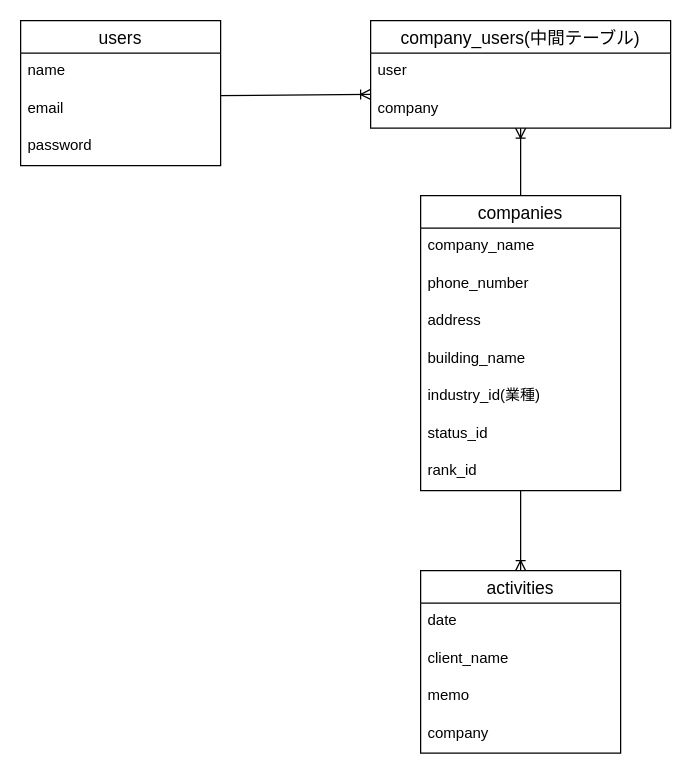
Before: database.dio in nagawa-hub/sarabred, a draw.io diagram. Source tidied: cells renumbered, new cells numbered last; positions are measured from the earlier drawing's top-left corner, leaving out a move shared by most shapes. Both pictures are drawn from the tidied source at 125%, with x=0, y=0 at pixel (20, 20).
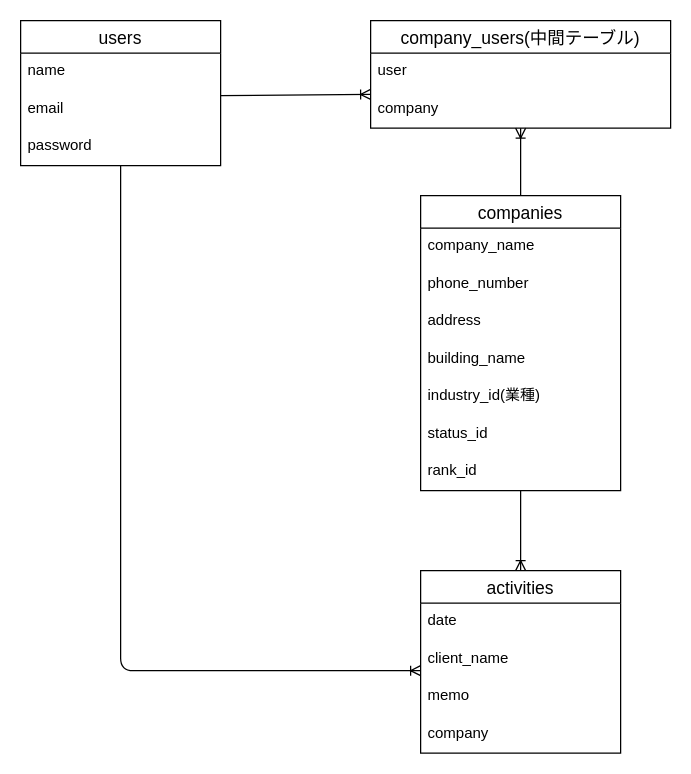
After the change.

Unchanged cells that the change refers to:
```xml
<mxCell id="5" value="password" style="text;strokeColor=none;fillColor=none;spacingLeft=4;spacingRight=4;overflow=hidden;points=[[0,0.5],[1,0.5]];portConstraint=eastwest;fontSize=12;" parent="2" vertex="1">
  <mxGeometry y="86" width="160" height="30" as="geometry" />
</mxCell>
<mxCell id="14" value="client_name" style="text;strokeColor=none;fillColor=none;spacingLeft=4;spacingRight=4;overflow=hidden;points=[[0,0.5],[1,0.5]];portConstraint=eastwest;fontSize=12;" parent="12" vertex="1">
  <mxGeometry y="56" width="160" height="30" as="geometry" />
</mxCell>
```

What changed in the source:
```diff
@@
+    <mxCell id="25" style="edgeStyle=orthogonalEdgeStyle;fontSize=12;html=1;endArrow=ERoneToMany;exitX=0.5;exitY=1;exitDx=0;exitDy=0;exitPerimeter=0;entryX=0;entryY=0.8;entryDx=0;entryDy=0;entryPerimeter=0;" parent="1" edge="1" source="5" target="14">
+      <mxGeometry relative="1" as="geometry">
+        <Array as="points">
+          <mxPoint x="80" y="520" />
+        </Array>
+      </mxGeometry>
+    </mxCell>
```
